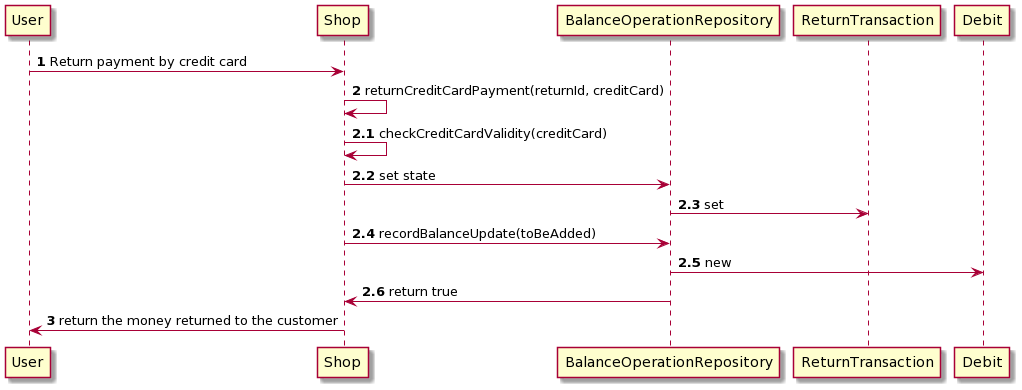
This is Deliverables/Images/design/10.1.png from setareA/ezshop, a PlantUML export, as it was before one commit. Source of this version:
```plantuml
@startuml
User-> Shop: <b>1</b> Return payment by credit card
Shop -> Shop: <b>2</b> returnCreditCardPayment(returnId, creditCard)
Shop -> Shop: <b>2.1</b> checkCreditCardValidity(creditCard)
Shop -> BalanceOperationRepository : <b>2.2</b> set state
BalanceOperationRepository -> ReturnTransaction: <b>2.3</b> set
Shop -> BalanceOperationRepository : <b>2.4</b> recordBalanceUpdate(toBeAdded)
BalanceOperationRepository -> Debit: <b>2.5</b> new
BalanceOperationRepository -> Shop : <b>2.6</b> return true
Shop -> User: <b>3</b> return the money returned to the customer
@enduml
```
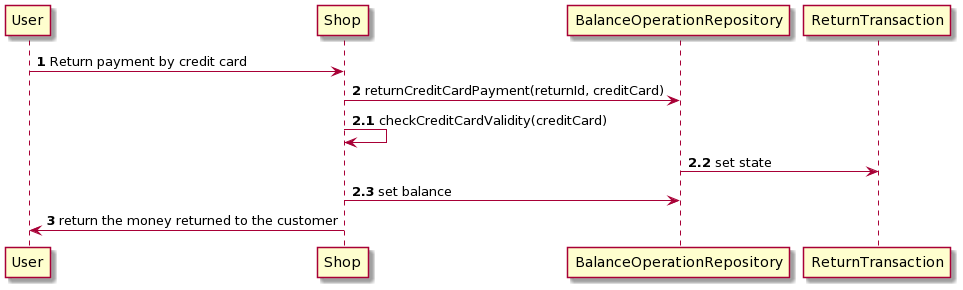
Later version of the same file.

What changed in the source:
```diff
@@ -1,11 +1,8 @@
 @startuml
 User-> Shop: <b>1</b> Return payment by credit card
-Shop -> Shop: <b>2</b> returnCreditCardPayment(returnId, creditCard)
+Shop -> BalanceOperationRepository : <b>2</b> returnCreditCardPayment(returnId, creditCard)
 Shop -> Shop: <b>2.1</b> checkCreditCardValidity(creditCard)
-Shop -> BalanceOperationRepository : <b>2.2</b> set state
-BalanceOperationRepository -> ReturnTransaction: <b>2.3</b> set
-Shop -> BalanceOperationRepository : <b>2.4</b> recordBalanceUpdate(toBeAdded)
-BalanceOperationRepository -> Debit: <b>2.5</b> new
-BalanceOperationRepository -> Shop : <b>2.6</b> return true
+BalanceOperationRepository -> ReturnTransaction: <b>2.2</b> set state
+Shop -> BalanceOperationRepository : <b>2.3</b> set balance
 Shop -> User: <b>3</b> return the money returned to the customer
 @enduml
```
